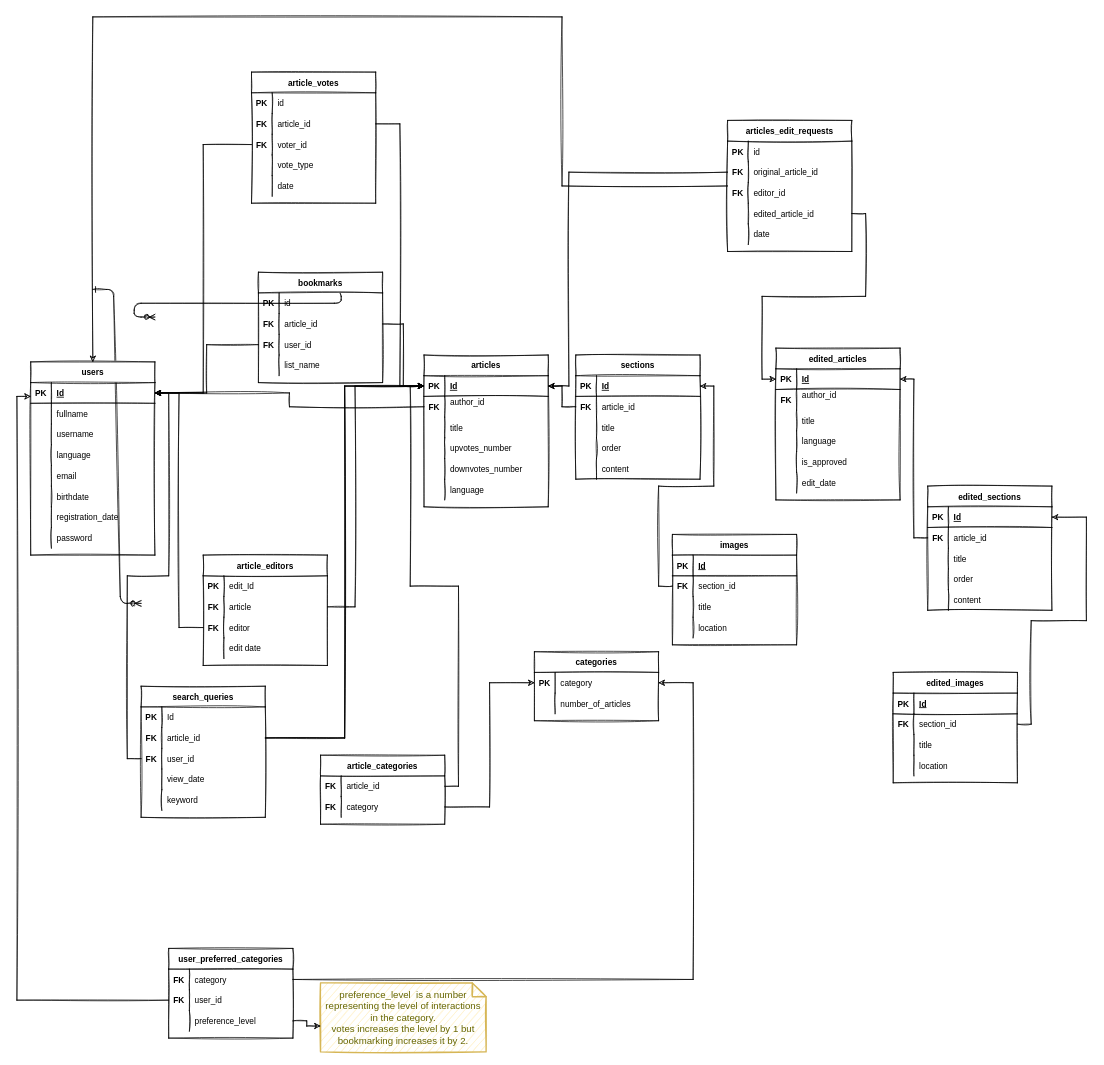
The draw.io diagram Untitled Diagram.drawio in mosup16/wikiwiki-swe-project-digrams, before the edit. Source tidied: cells renumbered, new cells numbered last; positions are measured from the earlier drawing's top-left corner, leaving out a move shared by most shapes. Both pictures are drawn from the tidied source at 69%, with x=0, y=0 at pixel (17, 17).
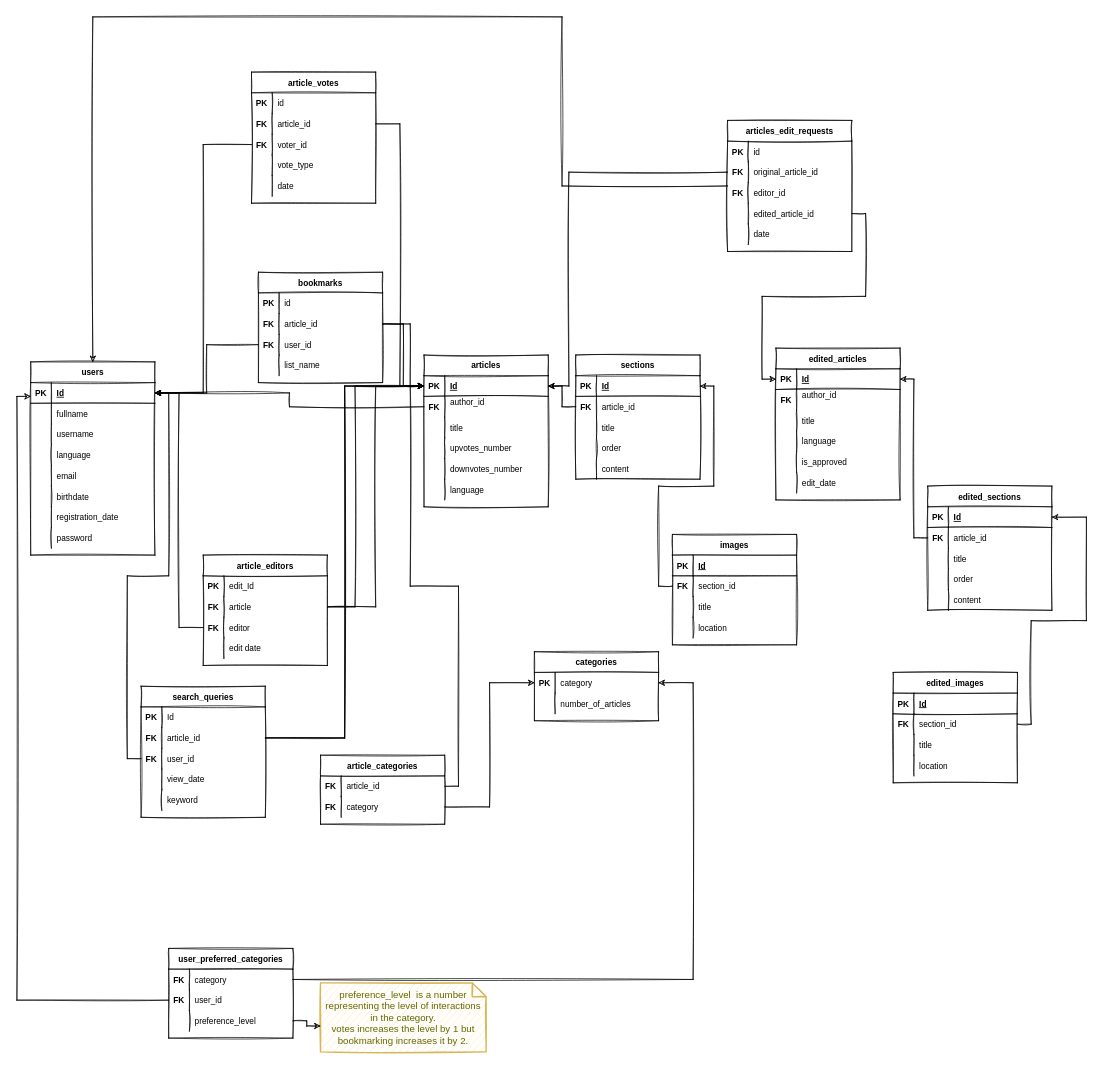
The same diagram, later.

Unchanged cells that the change refers to:
```xml
<mxCell id="30" style="shape=tableRow;horizontal=0;startSize=0;swimlaneHead=0;swimlaneBody=0;fillColor=none;points=[[0,0.5],[1,0.5]];portConstraint=eastwest;top=0;left=0;right=0;bottom=1;sketch=1;" parent="29" vertex="1">
  <mxGeometry y="30" width="180" height="30" as="geometry" />
</mxCell>
<mxCell id="53" style="shape=tableRow;horizontal=0;startSize=0;swimlaneHead=0;swimlaneBody=0;fillColor=none;points=[[0,0.5],[1,0.5]];portConstraint=eastwest;top=0;left=0;right=0;bottom=0;sketch=1;" parent="49" vertex="1">
  <mxGeometry y="60" width="180" height="30" as="geometry" />
</mxCell>
<mxCell id="148" style="shape=tableRow;horizontal=0;startSize=0;swimlaneHead=0;swimlaneBody=0;fillColor=none;points=[[0,0.5],[1,0.5]];portConstraint=eastwest;top=0;left=0;right=0;bottom=0;sketch=1;" parent="144" vertex="1">
  <mxGeometry y="60" width="180" height="30" as="geometry" />
</mxCell>
```

The edit, as a diff of the source:
```diff
@@
-    <mxCell id="2" style="edgeStyle=entityRelationEdgeStyle;endArrow=ERzeroToMany;startArrow=ERone;endFill=1;startFill=0;sketch=1;" parent="1" edge="1">
-      <mxGeometry relative="1" as="geometry">
-        <mxPoint x="110" y="395" as="sourcePoint" />
-        <mxPoint x="180" y="850" as="targetPoint" />
-      </mxGeometry>
-    </mxCell>
-    <mxCell id="3" style="edgeStyle=entityRelationEdgeStyle;endArrow=ERzeroToMany;startArrow=ERone;endFill=1;startFill=0;sketch=1;" parent="1" edge="1">
-      <mxGeometry relative="1" as="geometry">
-        <mxPoint x="440" y="395" as="sourcePoint" />
-        <mxPoint x="200" y="435" as="targetPoint" />
-      </mxGeometry>
-    </mxCell>
@@
+    <mxCell id="246" style="edgeStyle=orthogonalEdgeStyle;rounded=0;jettySize=auto;html=1;sketch=1;" parent="1" edge="1" source="148" target="30">
+      <mxGeometry relative="1" as="geometry">
+        <Array as="points">
+          <mxPoint x="570" y="445" />
+          <mxPoint x="570" y="535" />
+        </Array>
+      </mxGeometry>
+    </mxCell>
+    <mxCell id="247" style="edgeStyle=orthogonalEdgeStyle;rounded=0;jettySize=auto;html=1;entryX=0;entryY=0.5;entryDx=0;entryDy=0;sketch=1;" parent="1" edge="1" source="53" target="30">
+      <mxGeometry relative="1" as="geometry" />
+    </mxCell>
```
